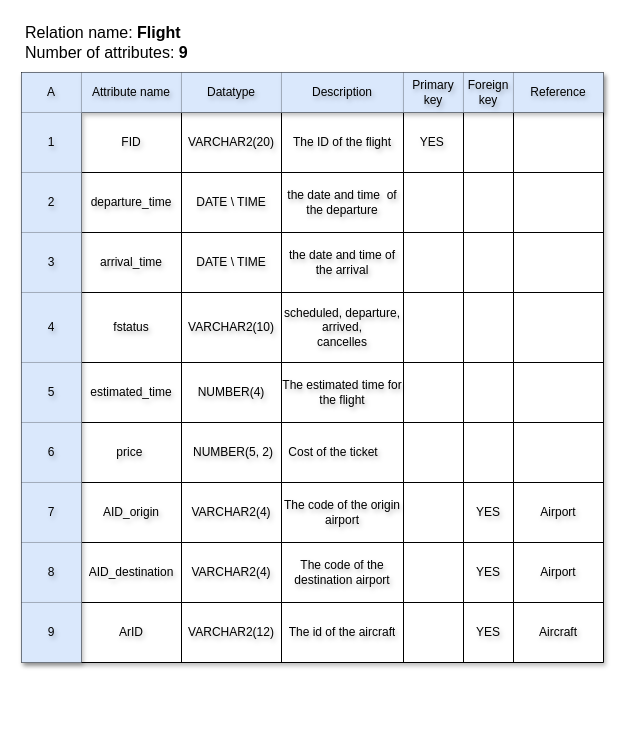
This is page "Flight_data_dictionary" (7 of 15) of Airport-DBMS.drawio from AbdullahKhkmba/Airport-DBMS, a draw.io file, before an edit. Source tidied: cells renumbered, new cells numbered last; positions are measured from the earlier drawing's top-left corner, leaving out a move shared by most shapes. Both pictures are drawn from the tidied source at 100%, with x=0, y=0 at pixel (21, 17).
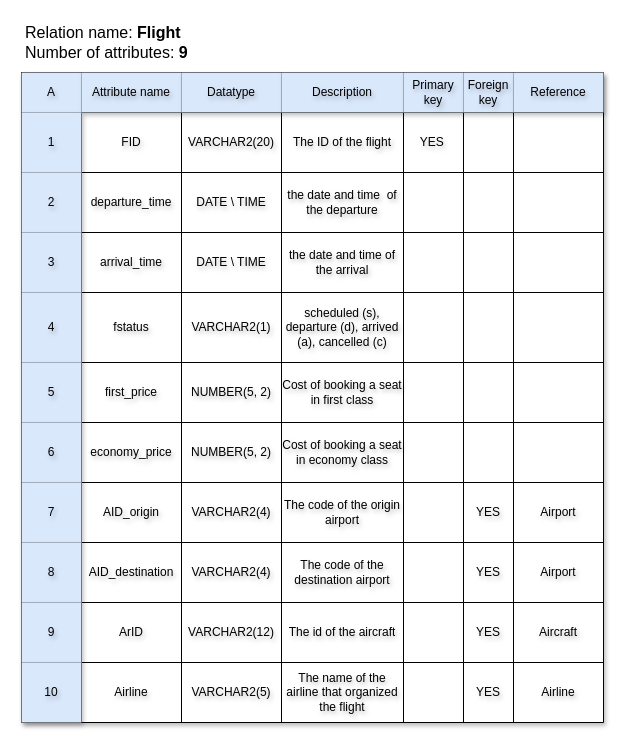
The same diagram, later.

The change refers to these unchanged cells:
```xml
<mxCell id="35" style="shape=tableRow;horizontal=0;startSize=0;swimlaneHead=0;swimlaneBody=0;strokeColor=inherit;top=0;left=0;bottom=0;right=0;fillColor=none;rounded=1;shadow=1;textShadow=1;swimlaneFillColor=none;" parent="2" vertex="1">
  <mxGeometry y="220" width="582" height="70" as="geometry" />
</mxCell>
<mxCell id="43" style="shape=tableRow;horizontal=0;startSize=0;swimlaneHead=0;swimlaneBody=0;strokeColor=inherit;top=0;left=0;bottom=0;right=0;fillColor=none;rounded=1;shadow=1;textShadow=1;swimlaneFillColor=none;" parent="2" vertex="1">
  <mxGeometry y="290" width="582" height="60" as="geometry" />
</mxCell>
<mxCell id="51" style="shape=tableRow;horizontal=0;startSize=0;swimlaneHead=0;swimlaneBody=0;strokeColor=inherit;top=0;left=0;bottom=0;right=0;fillColor=none;rounded=1;shadow=1;textShadow=1;swimlaneFillColor=none;" parent="2" vertex="1">
  <mxGeometry y="350" width="582" height="60" as="geometry" />
</mxCell>
<mxCell id="84" style="shape=tableRow;horizontal=0;startSize=0;swimlaneHead=0;swimlaneBody=0;strokeColor=inherit;top=0;left=0;bottom=0;right=0;fillColor=none;rounded=1;shadow=1;textShadow=1;swimlaneFillColor=none;" parent="1" vertex="1">
  <mxGeometry x="2" y="405" width="570" height="60" as="geometry" />
</mxCell>
```

What changed in the source:
```diff
@@
     <mxCell id="2" style="shape=table;startSize=0;childLayout=tableLayout;rounded=1;shadow=1;textShadow=1;swimlaneFillColor=none;" parent="1" vertex="1">
-      <mxGeometry y="55" width="582" height="590" as="geometry" />
+      <mxGeometry y="55" width="582" height="650" as="geometry" />
     </mxCell>
@@
-    <mxCell id="38" value="VARCHAR2(10)" style="shape=partialRectangle;html=1;whiteSpace=wrap;strokeColor=inherit;overflow=hidden;fillColor=none;top=0;left=0;bottom=0;right=0;rounded=1;shadow=1;textShadow=1;swimlaneFillColor=none;" parent="35" vertex="1">
+    <mxCell id="38" value="VARCHAR2(1)" style="shape=partialRectangle;html=1;whiteSpace=wrap;strokeColor=inherit;overflow=hidden;fillColor=none;top=0;left=0;bottom=0;right=0;rounded=1;shadow=1;textShadow=1;swimlaneFillColor=none;" parent="35" vertex="1">
       <mxGeometry x="160" width="100" height="70" as="geometry" />
     </mxCell>
-    <mxCell id="39" value="scheduled, departure, arrived,&lt;div&gt;cancelles&lt;/div&gt;" style="shape=partialRectangle;html=1;whiteSpace=wrap;strokeColor=inherit;overflow=hidden;fillColor=none;top=0;left=0;bottom=0;right=0;rounded=1;shadow=1;textShadow=1;swimlaneFillColor=none;" parent="35" vertex="1">
+    <mxCell id="39" value="scheduled (s), departure (d), arrived (a),&amp;nbsp;&lt;span style=&quot;background-color: initial;&quot;&gt;cancelled (c)&lt;/span&gt;" style="shape=partialRectangle;html=1;whiteSpace=wrap;strokeColor=inherit;overflow=hidden;fillColor=none;top=0;left=0;bottom=0;right=0;rounded=1;shadow=1;textShadow=1;swimlaneFillColor=none;" parent="35" vertex="1">
       <mxGeometry x="260" width="122" height="70" as="geometry" />
     </mxCell>
@@
-    <mxCell id="45" value="estimated_time" style="shape=partialRectangle;html=1;whiteSpace=wrap;strokeColor=inherit;overflow=hidden;fillColor=none;top=0;left=0;bottom=0;right=0;rounded=1;shadow=1;textShadow=1;swimlaneFillColor=none;" parent="43" vertex="1">
+    <mxCell id="45" value="first_price" style="shape=partialRectangle;html=1;whiteSpace=wrap;strokeColor=inherit;overflow=hidden;fillColor=none;top=0;left=0;bottom=0;right=0;rounded=1;shadow=1;textShadow=1;swimlaneFillColor=none;" parent="43" vertex="1">
       <mxGeometry x="60" width="100" height="60" as="geometry" />
     </mxCell>
-    <mxCell id="46" value="NUMBER(4)" style="shape=partialRectangle;html=1;whiteSpace=wrap;strokeColor=inherit;overflow=hidden;fillColor=none;top=0;left=0;bottom=0;right=0;rounded=1;shadow=1;textShadow=1;swimlaneFillColor=none;" parent="43" vertex="1">
+    <mxCell id="46" value="NUMBER(5, 2)" style="shape=partialRectangle;html=1;whiteSpace=wrap;strokeColor=inherit;overflow=hidden;fillColor=none;top=0;left=0;bottom=0;right=0;rounded=1;shadow=1;textShadow=1;swimlaneFillColor=none;" parent="43" vertex="1">
       <mxGeometry x="160" width="100" height="60" as="geometry" />
     </mxCell>
-    <mxCell id="47" value="The estimated time for the flight" style="shape=partialRectangle;html=1;whiteSpace=wrap;strokeColor=inherit;overflow=hidden;fillColor=none;top=0;left=0;bottom=0;right=0;rounded=1;shadow=1;textShadow=1;swimlaneFillColor=none;" parent="43" vertex="1">
+    <mxCell id="47" value="Cost of booking a seat in first class" style="shape=partialRectangle;html=1;whiteSpace=wrap;strokeColor=inherit;overflow=hidden;fillColor=none;top=0;left=0;bottom=0;right=0;rounded=1;shadow=1;textShadow=1;swimlaneFillColor=none;" parent="43" vertex="1">
       <mxGeometry x="260" width="122" height="60" as="geometry" />
     </mxCell>
@@
-    <mxCell id="53" value="price&amp;nbsp;" style="shape=partialRectangle;html=1;whiteSpace=wrap;strokeColor=inherit;overflow=hidden;fillColor=none;top=0;left=0;bottom=0;right=0;rounded=1;shadow=1;textShadow=1;swimlaneFillColor=none;" parent="51" vertex="1">
+    <mxCell id="53" value="economy_price" style="shape=partialRectangle;html=1;whiteSpace=wrap;strokeColor=inherit;overflow=hidden;fillColor=none;top=0;left=0;bottom=0;right=0;rounded=1;shadow=1;textShadow=1;swimlaneFillColor=none;" parent="51" vertex="1">
       <mxGeometry x="60" width="100" height="60" as="geometry" />
     </mxCell>
-    <mxCell id="54" style="shape=partialRectangle;html=1;whiteSpace=wrap;strokeColor=inherit;overflow=hidden;fillColor=none;top=0;left=0;bottom=0;right=0;rounded=1;shadow=1;textShadow=1;swimlaneFillColor=none;" parent="51" vertex="1">
+    <mxCell id="54" value="NUMBER(5, 2)" style="shape=partialRectangle;html=1;whiteSpace=wrap;strokeColor=inherit;overflow=hidden;fillColor=none;top=0;left=0;bottom=0;right=0;rounded=1;shadow=1;textShadow=1;swimlaneFillColor=none;" parent="51" vertex="1">
       <mxGeometry x="160" width="100" height="60" as="geometry" />
     </mxCell>
-    <mxCell id="55" style="shape=partialRectangle;html=1;whiteSpace=wrap;strokeColor=inherit;overflow=hidden;fillColor=none;top=0;left=0;bottom=0;right=0;rounded=1;shadow=1;textShadow=1;swimlaneFillColor=none;" parent="51" vertex="1">
+    <mxCell id="55" value="Cost of booking a seat in economy class" style="shape=partialRectangle;html=1;whiteSpace=wrap;strokeColor=inherit;overflow=hidden;fillColor=none;top=0;left=0;bottom=0;right=0;rounded=1;shadow=1;textShadow=1;swimlaneFillColor=none;" parent="51" vertex="1">
       <mxGeometry x="260" width="122" height="60" as="geometry" />
     </mxCell>
@@
+    <mxCell id="90" style="shape=tableRow;horizontal=0;startSize=0;swimlaneHead=0;swimlaneBody=0;strokeColor=inherit;top=0;left=0;bottom=0;right=0;fillColor=none;rounded=1;shadow=1;textShadow=1;swimlaneFillColor=none;" parent="2" vertex="1">
+      <mxGeometry y="590" width="582" height="60" as="geometry" />
+    </mxCell>
+    <mxCell id="91" value="10" style="shape=partialRectangle;html=1;whiteSpace=wrap;strokeColor=#6c8ebf;overflow=hidden;fillColor=#dae8fc;top=0;left=0;bottom=0;right=0;rounded=1;shadow=1;textShadow=1;swimlaneFillColor=none;" parent="90" vertex="1">
+      <mxGeometry width="60" height="60" as="geometry" />
+    </mxCell>
+    <mxCell id="92" value="Airline" style="shape=partialRectangle;html=1;whiteSpace=wrap;strokeColor=inherit;overflow=hidden;fillColor=none;top=0;left=0;bottom=0;right=0;rounded=1;shadow=1;textShadow=1;swimlaneFillColor=none;" parent="90" vertex="1">
+      <mxGeometry x="60" width="100" height="60" as="geometry" />
+    </mxCell>
+    <mxCell id="93" value="VARCHAR2(5)" style="shape=partialRectangle;html=1;whiteSpace=wrap;strokeColor=inherit;overflow=hidden;fillColor=none;top=0;left=0;bottom=0;right=0;rounded=1;shadow=1;textShadow=1;swimlaneFillColor=none;" parent="90" vertex="1">
+      <mxGeometry x="160" width="100" height="60" as="geometry" />
+    </mxCell>
+    <mxCell id="94" value="The name of the airline that organized the flight" style="shape=partialRectangle;html=1;whiteSpace=wrap;strokeColor=inherit;overflow=hidden;fillColor=none;top=0;left=0;bottom=0;right=0;rounded=1;shadow=1;textShadow=1;swimlaneFillColor=none;" parent="90" vertex="1">
+      <mxGeometry x="260" width="122" height="60" as="geometry" />
+    </mxCell>
+    <mxCell id="95" style="shape=partialRectangle;html=1;whiteSpace=wrap;strokeColor=inherit;overflow=hidden;fillColor=none;top=0;left=0;bottom=0;right=0;rounded=1;shadow=1;textShadow=1;swimlaneFillColor=none;" parent="90" vertex="1">
+      <mxGeometry x="382" width="60" height="60" as="geometry" />
+    </mxCell>
+    <mxCell id="96" value="YES" style="shape=partialRectangle;html=1;whiteSpace=wrap;strokeColor=inherit;overflow=hidden;fillColor=none;top=0;left=0;bottom=0;right=0;rounded=1;shadow=1;textShadow=1;swimlaneFillColor=none;" parent="90" vertex="1">
+      <mxGeometry x="442" width="50" height="60" as="geometry" />
+    </mxCell>
+    <mxCell id="97" value="Airline" style="shape=partialRectangle;html=1;whiteSpace=wrap;strokeColor=inherit;overflow=hidden;fillColor=none;top=0;left=0;bottom=0;right=0;rounded=1;shadow=1;textShadow=1;swimlaneFillColor=none;" parent="90" vertex="1">
+      <mxGeometry x="492" width="90" height="60" as="geometry" />
+    </mxCell>
@@
-    <mxCell id="85" style="shape=partialRectangle;html=1;whiteSpace=wrap;strokeColor=inherit;overflow=hidden;fillColor=none;top=0;left=0;bottom=0;right=0;rounded=1;shadow=1;textShadow=1;swimlaneFillColor=none;" parent="84" vertex="1">
-      <mxGeometry x="60" width="100" height="60" as="geometry" />
-    </mxCell>
-    <mxCell id="86" value="NUMBER(5, 2)" style="shape=partialRectangle;html=1;whiteSpace=wrap;strokeColor=inherit;overflow=hidden;fillColor=none;top=0;left=0;bottom=0;right=0;rounded=1;shadow=1;textShadow=1;swimlaneFillColor=none;" parent="84" vertex="1">
-      <mxGeometry x="160" width="100" height="60" as="geometry" />
-    </mxCell>
-    <mxCell id="87" value="Cost of the ticket" style="shape=partialRectangle;html=1;whiteSpace=wrap;strokeColor=inherit;overflow=hidden;fillColor=none;top=0;left=0;bottom=0;right=0;rounded=1;shadow=1;textShadow=1;swimlaneFillColor=none;" parent="84" vertex="1">
-      <mxGeometry x="260" width="100" height="60" as="geometry" />
-    </mxCell>
```
